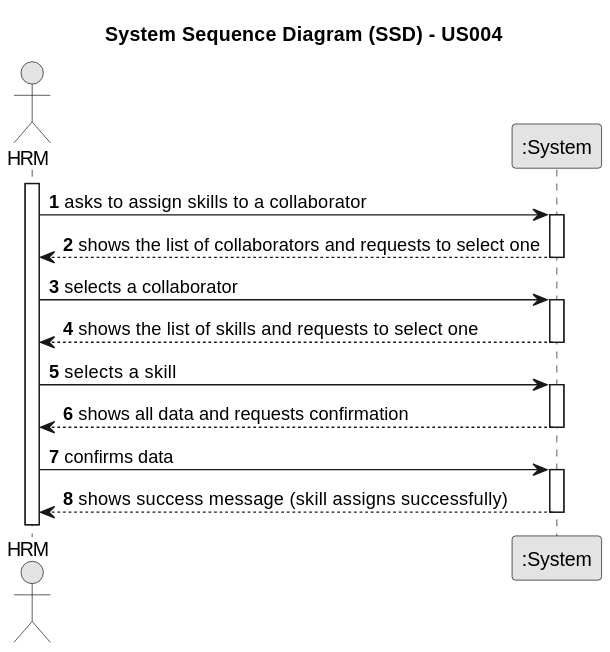
Above: docs/sprintC/us004/01.requirements-engineering/svg/us004-system-sequence-diagram-alternative-one.svg in ricardomm7/leaflink (PlantUML), before the change.
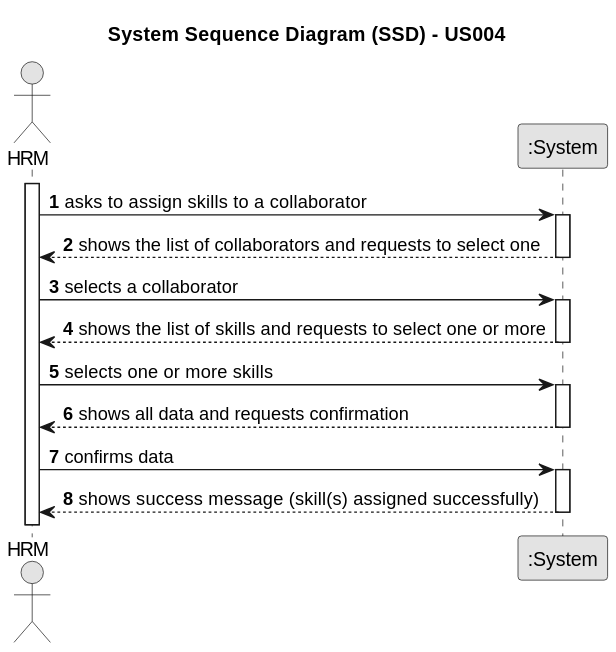
After the change.

Diff of the diagram source:
```diff
@@ -21,10 +21,10 @@
     HRM -> System : selects a collaborator
     activate System
 
-        System --> HRM : shows the list of skills and requests to select one
+        System --> HRM : shows the list of skills and requests to select one or more
     deactivate System
 
-    HRM -> System : selects a skill
+    HRM -> System : selects one or more skills
     activate System
 
         System --> HRM : shows all data and requests confirmation
@@ -33,6 +33,6 @@
     HRM -> System : confirms data
     activate System
 
-        System --> HRM : shows success message (skill assigns successfully)
+        System --> HRM : shows success message (skill(s) assigned successfully)
     deactivate System
 @enduml
```
